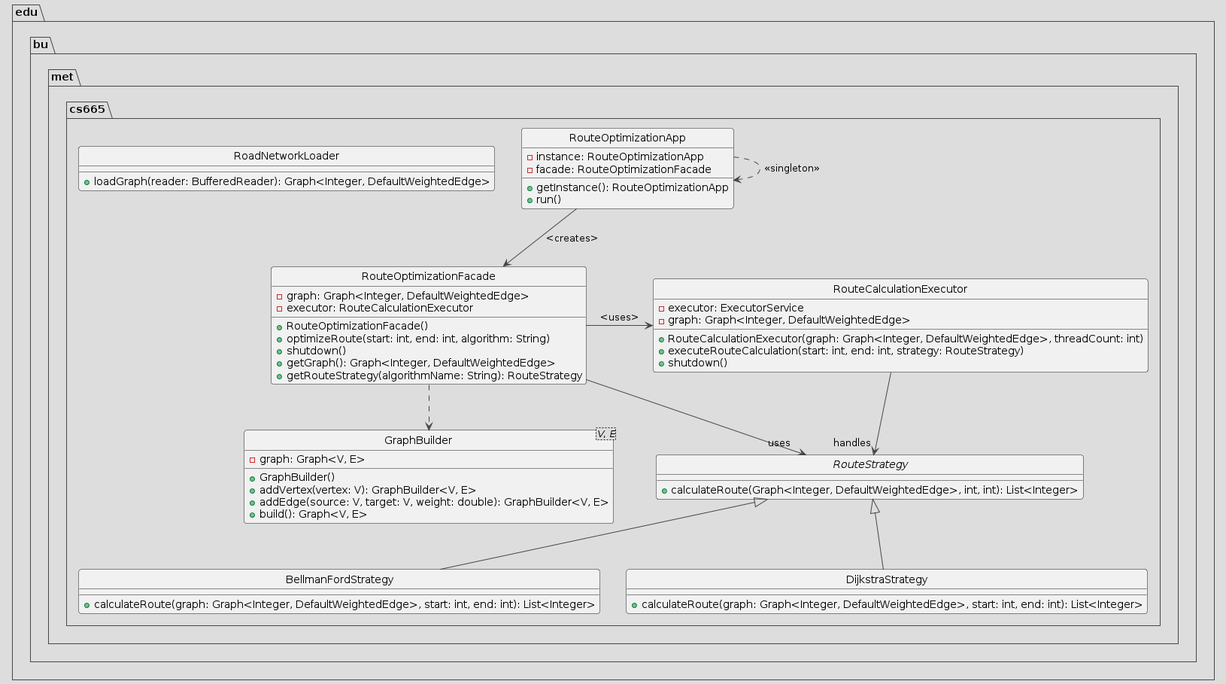
Above: Images/UML Diagram.png in mkljngd/CS665-Project (PlantUML), before the change.
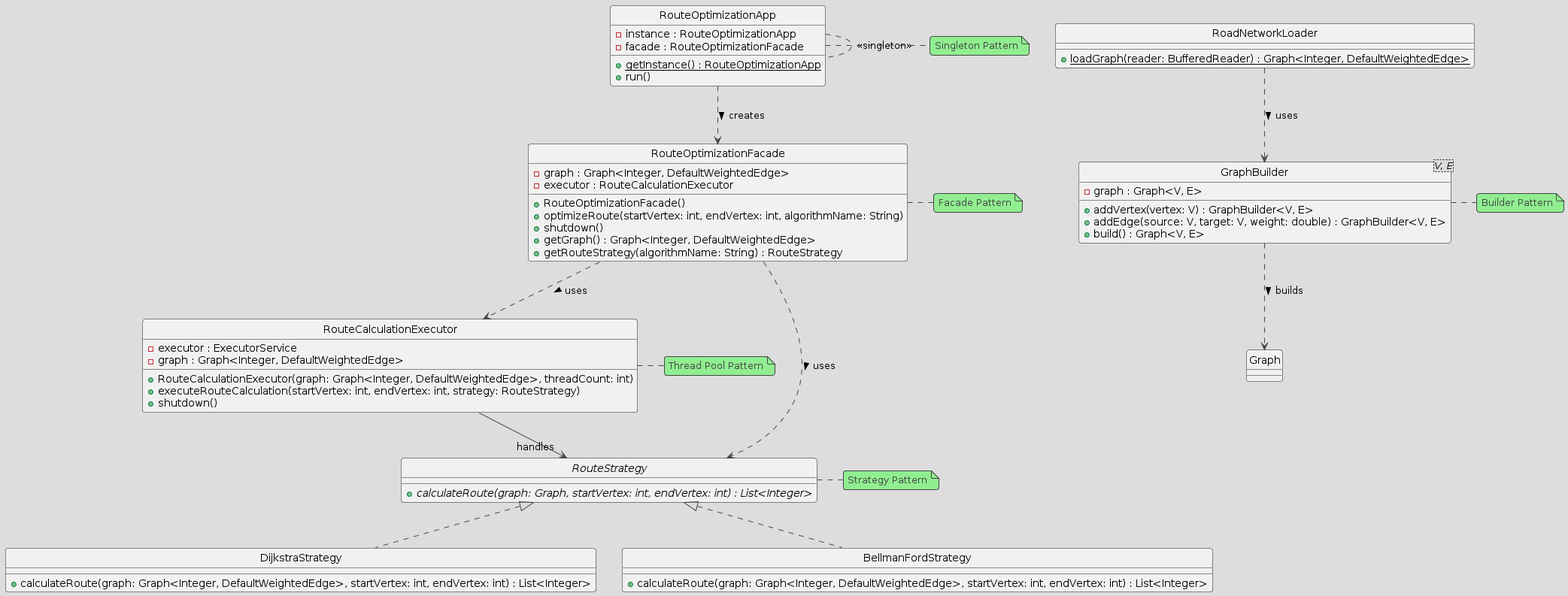
After the commit.

Commit message:
Added PPT, Updated UML Diagram

The edit, as a diff of the source:
```diff
@@ -1,65 +1,69 @@
 @startuml
 !theme toy
 skinparam style strictuml
-package edu.bu.met.cs665 {
-    interface RouteStrategy {
-        +calculateRoute(Graph<Integer, DefaultWeightedEdge>, int, int): List<Integer>
-    }
-    class BellmanFordStrategy {
-        +calculateRoute(graph: Graph<Integer, DefaultWeightedEdge>, start: int, end: int): List<Integer>
-    }
-    class DijkstraStrategy {
-        +calculateRoute(graph: Graph<Integer, DefaultWeightedEdge>, start: int, end: int): List<Integer>
-    }
 
-    class GraphBuilder<V, E> {
-        -graph: Graph<V, E>
-        +GraphBuilder()
-        +addVertex(vertex: V): GraphBuilder<V, E>
-        +addEdge(source: V, target: V, weight: double): GraphBuilder<V, E>
-        +build(): Graph<V, E>
-    }
+interface RouteStrategy {
+    {abstract} +calculateRoute(graph: Graph, startVertex: int, endVertex: int) : List<Integer>
+}
 
-    class RoadNetworkLoader {
-        +loadGraph(reader: BufferedReader): Graph<Integer, DefaultWeightedEdge>
-    }
+class GraphBuilder<V, E> {
+    -graph : Graph<V, E>
+    +addVertex(vertex: V) : GraphBuilder<V, E>
+    +addEdge(source: V, target: V, weight: double) : GraphBuilder<V, E>
+    +build() : Graph<V, E>
+}
 
-    class RouteOptimizationFacade {
-        -graph: Graph<Integer, DefaultWeightedEdge>
-        -executor: RouteCalculationExecutor
-        +RouteOptimizationFacade()
-        +optimizeRoute(start: int, end: int, algorithm: String)
-        +shutdown()
-        +getGraph(): Graph<Integer, DefaultWeightedEdge>
-        +getRouteStrategy(algorithmName: String): RouteStrategy
-    }
+class RoadNetworkLoader {
+    {static} +loadGraph(reader: BufferedReader) : Graph<Integer, DefaultWeightedEdge>
+}
 
-    class RouteOptimizationApp {
-        -instance: RouteOptimizationApp
-        -facade: RouteOptimizationFacade
-        +getInstance(): RouteOptimizationApp
-        +run()
-    }
+class RouteOptimizationFacade {
+    -graph : Graph<Integer, DefaultWeightedEdge>
+    -executor : RouteCalculationExecutor
+    +RouteOptimizationFacade()
+    +optimizeRoute(startVertex: int, endVertex: int, algorithmName: String)
+    +shutdown()
+    +getGraph() : Graph<Integer, DefaultWeightedEdge>
+    +getRouteStrategy(algorithmName: String) : RouteStrategy
+}
 
-    class RouteCalculationExecutor {
-        -executor: ExecutorService
-        -graph: Graph<Integer, DefaultWeightedEdge>
-        +RouteCalculationExecutor(graph: Graph<Integer, DefaultWeightedEdge>, threadCount: int)
-        +executeRouteCalculation(start: int, end: int, strategy: RouteStrategy)
-        +shutdown()
-    }
+class RouteCalculationExecutor {
+    -executor : ExecutorService
+    -graph : Graph<Integer, DefaultWeightedEdge>
+    +RouteCalculationExecutor(graph: Graph<Integer, DefaultWeightedEdge>, threadCount: int)
+    +executeRouteCalculation(startVertex: int, endVertex: int, strategy: RouteStrategy)
+    +shutdown()
+}
 
-    BellmanFordStrategy -up-|> RouteStrategy
-    DijkstraStrategy -up-|> RouteStrategy
+class RouteOptimizationApp {
+    -instance : RouteOptimizationApp
+    -facade : RouteOptimizationFacade
+    {static} +getInstance() : RouteOptimizationApp
+    +run()
+}
 
-    RouteOptimizationFacade --> "uses" RouteStrategy
-    RouteOptimizationFacade -right-> RouteCalculationExecutor: <uses>
+class DijkstraStrategy {
+    +calculateRoute(graph: Graph<Integer, DefaultWeightedEdge>, startVertex: int, endVertex: int) : List<Integer>
+}
 
-    RouteOptimizationApp --> RouteOptimizationFacade: <creates>
+class BellmanFordStrategy {
+    +calculateRoute(graph: Graph<Integer, DefaultWeightedEdge>, startVertex: int, endVertex: int) : List<Integer>
+}
 
-    RouteCalculationExecutor --> "handles" RouteStrategy
+RouteStrategy <|.. DijkstraStrategy
+RouteStrategy <|.. BellmanFordStrategy
+RouteOptimizationFacade ..> RouteStrategy : uses >
+RouteOptimizationFacade ..> RouteCalculationExecutor : uses >
+RouteOptimizationApp ..> RouteOptimizationFacade : creates >
+RouteOptimizationApp .. RouteOptimizationApp : <<singleton>>
 
-    RouteOptimizationApp ..> RouteOptimizationApp: <<singleton>>
-    RouteOptimizationFacade ..> GraphBuilder
-}
+GraphBuilder ..> Graph : builds >
+RoadNetworkLoader ..> GraphBuilder : uses >
+RouteCalculationExecutor --> "handles" RouteStrategy
+
+note right of RouteOptimizationFacade : Facade Pattern
+note right of RouteCalculationExecutor : Thread Pool Pattern
+note right of RouteStrategy : Strategy Pattern
+note right of RouteOptimizationApp : Singleton Pattern
+note right of GraphBuilder : Builder Pattern
 @enduml
```
